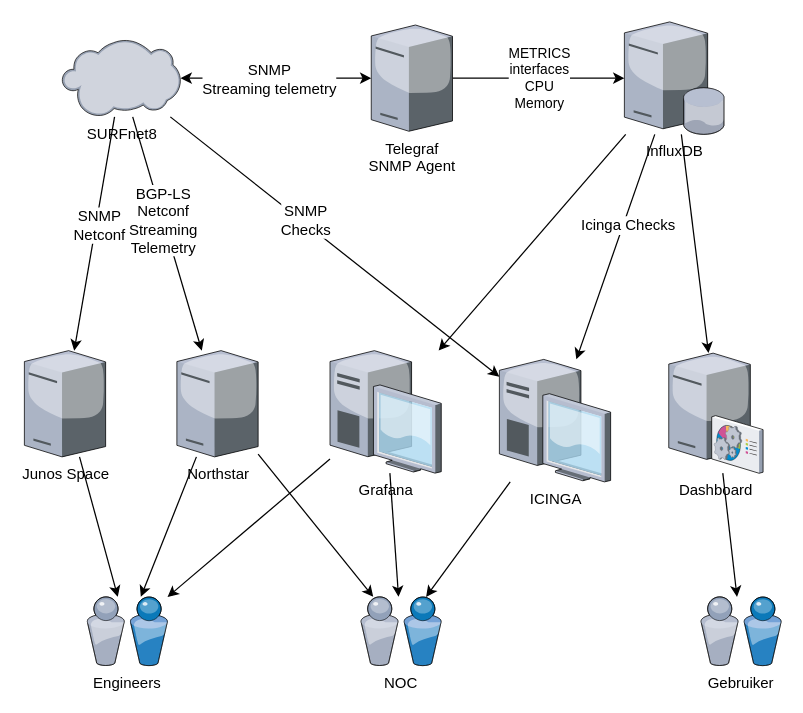
The draw.io diagram SURFnet8 Monitoring.drawio in makzdot/diagrams, before the edit. Source tidied: cells renumbered, new cells numbered last; positions are measured from the earlier drawing's top-left corner, leaving out a move shared by most shapes. Both pictures are drawn from the tidied source at 125%, with x=0, y=0 at pixel (24, 21).
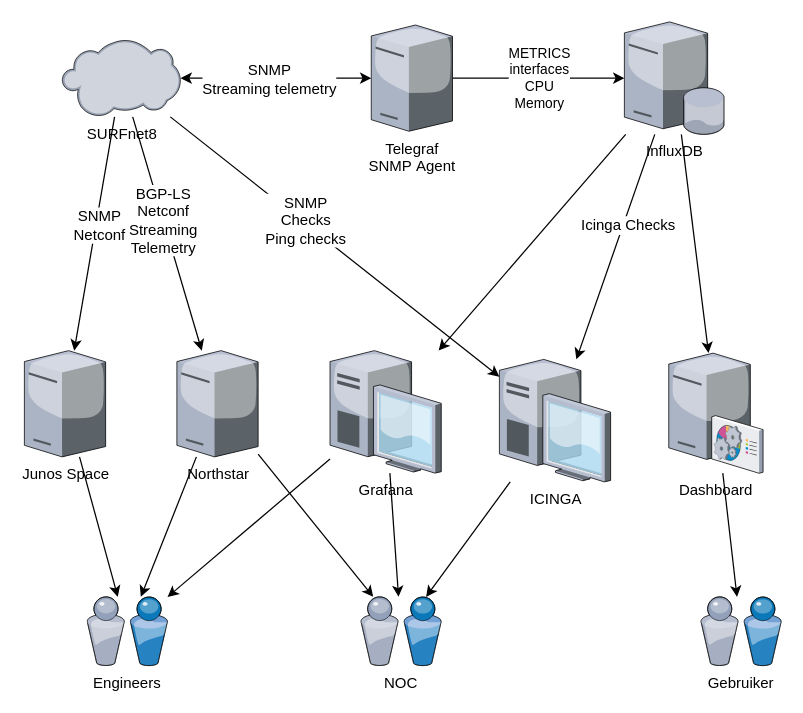
The same page after the edit.

Unchanged cells that the change refers to:
```xml
<mxCell id="8" style="edgeStyle=none;rounded=0;jettySize=auto;html=1;startArrow=classic;startFill=1;endArrow=none;endFill=0;" parent="1" edge="1" source="10" target="7">
  <mxGeometry relative="1" as="geometry" />
</mxCell>
```

What changed in the source:
```diff
@@
-    <mxCell id="9" value="SNMP&lt;br&gt;Checks&lt;br&gt;" style="text;html=1;align=center;verticalAlign=middle;labelBackgroundColor=#ffffff;" parent="8" vertex="1">
+    <mxCell id="9" value="SNMP&lt;br&gt;Checks&lt;br&gt;Ping checks&lt;br&gt;" style="text;html=1;align=center;verticalAlign=middle;labelBackgroundColor=#ffffff;" parent="8" vertex="1">
       <mxGeometry x="0.19" y="-2" relative="1" as="geometry" />
     </mxCell>
```
